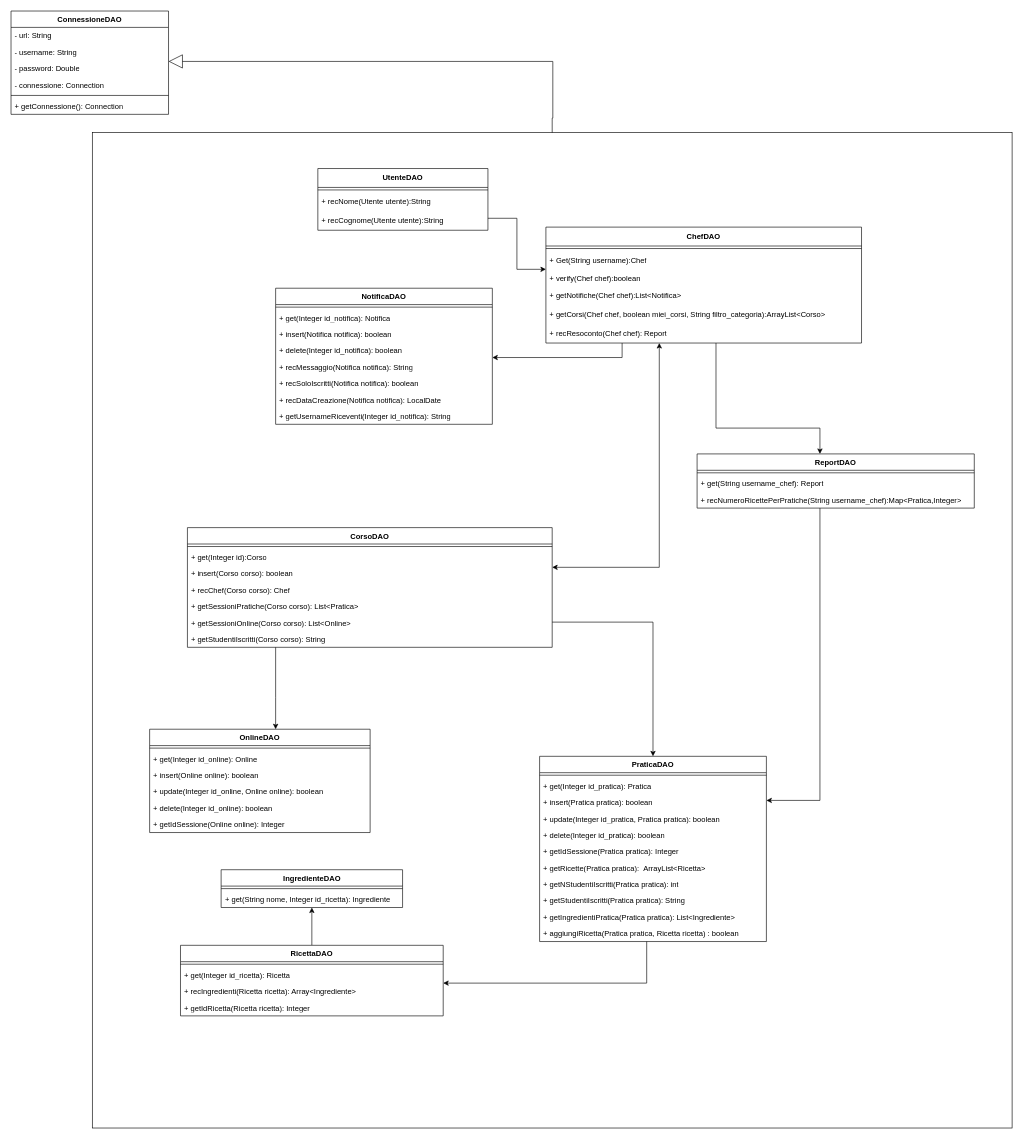
This is page "dao" (2 of 4) of obj/uml/UML1.drawio from MetisWastaken/UninaFoodLab, a draw.io file, before an edit. Source tidied: cells renumbered, new cells numbered last; positions are measured from the earlier drawing's top-left corner, leaving out a move shared by most shapes. Both pictures are drawn from the tidied source at 63%, with x=0, y=0 at pixel (11, 11).
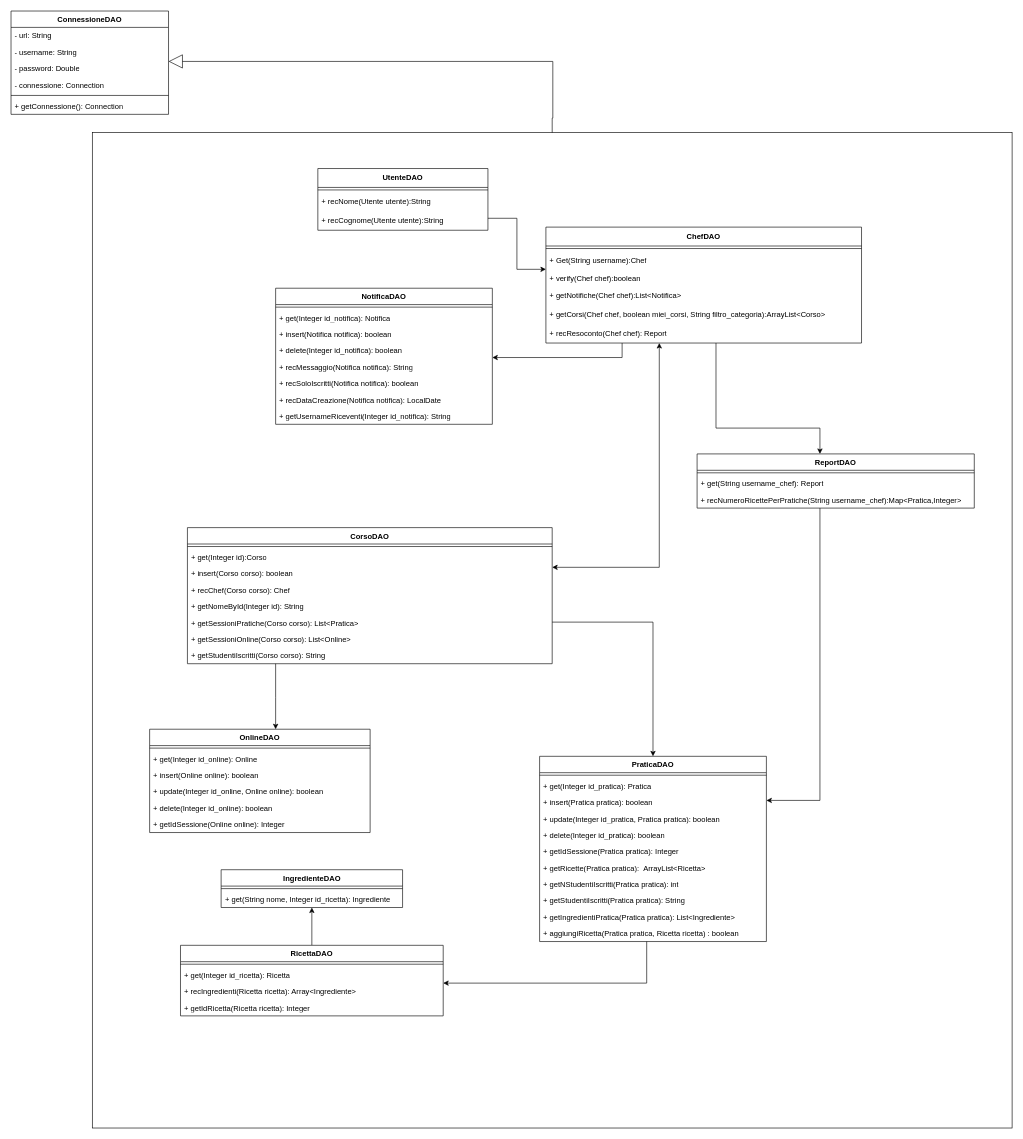
After the change.

Change to the diagram source:
```diff
@@
     <mxCell id="43" value="CorsoDAO" style="swimlane;align=center;verticalAlign=top;horizontal=1;startSize=26;whiteSpace=wrap;html=1;" parent="1" vertex="1">
-      <mxGeometry x="280" y="820" width="579" height="190" as="geometry" />
+      <mxGeometry x="280" y="820" width="579" height="216" as="geometry" />
     </mxCell>
@@
+    <mxCell id="79" value="+ getNomeById(Integer id): String" style="text;strokeColor=none;fillColor=none;align=left;verticalAlign=top;spacingLeft=4;spacingRight=4;overflow=hidden;whiteSpace=wrap;html=1;" parent="43" vertex="1">
+      <mxGeometry y="112" width="579" height="26" as="geometry" />
+    </mxCell>
     <mxCell id="48" value="+ getSessioniPratiche(Corso corso): List&amp;lt;Pratica&amp;gt;" style="text;strokeColor=none;fillColor=none;align=left;verticalAlign=top;spacingLeft=4;spacingRight=4;overflow=hidden;whiteSpace=wrap;html=1;" parent="43" vertex="1">
-      <mxGeometry y="112" width="579" height="26" as="geometry" />
+      <mxGeometry y="138" width="579" height="26" as="geometry" />
     </mxCell>
     <mxCell id="49" value="+ getSessioniOnline(Corso corso): List&amp;lt;Online&amp;gt;" style="text;strokeColor=none;fillColor=none;align=left;verticalAlign=top;spacingLeft=4;spacingRight=4;overflow=hidden;whiteSpace=wrap;html=1;" parent="43" vertex="1">
-      <mxGeometry y="138" width="579" height="26" as="geometry" />
+      <mxGeometry y="164" width="579" height="26" as="geometry" />
     </mxCell>
     <mxCell id="50" value="+ getStudentiIscritti(Corso corso): String" style="text;strokeColor=none;fillColor=none;align=left;verticalAlign=top;spacingLeft=4;spacingRight=4;overflow=hidden;whiteSpace=wrap;html=1;" parent="43" vertex="1">
-      <mxGeometry y="164" width="579" height="26" as="geometry" />
+      <mxGeometry y="190" width="579" height="26" as="geometry" />
     </mxCell>
```
